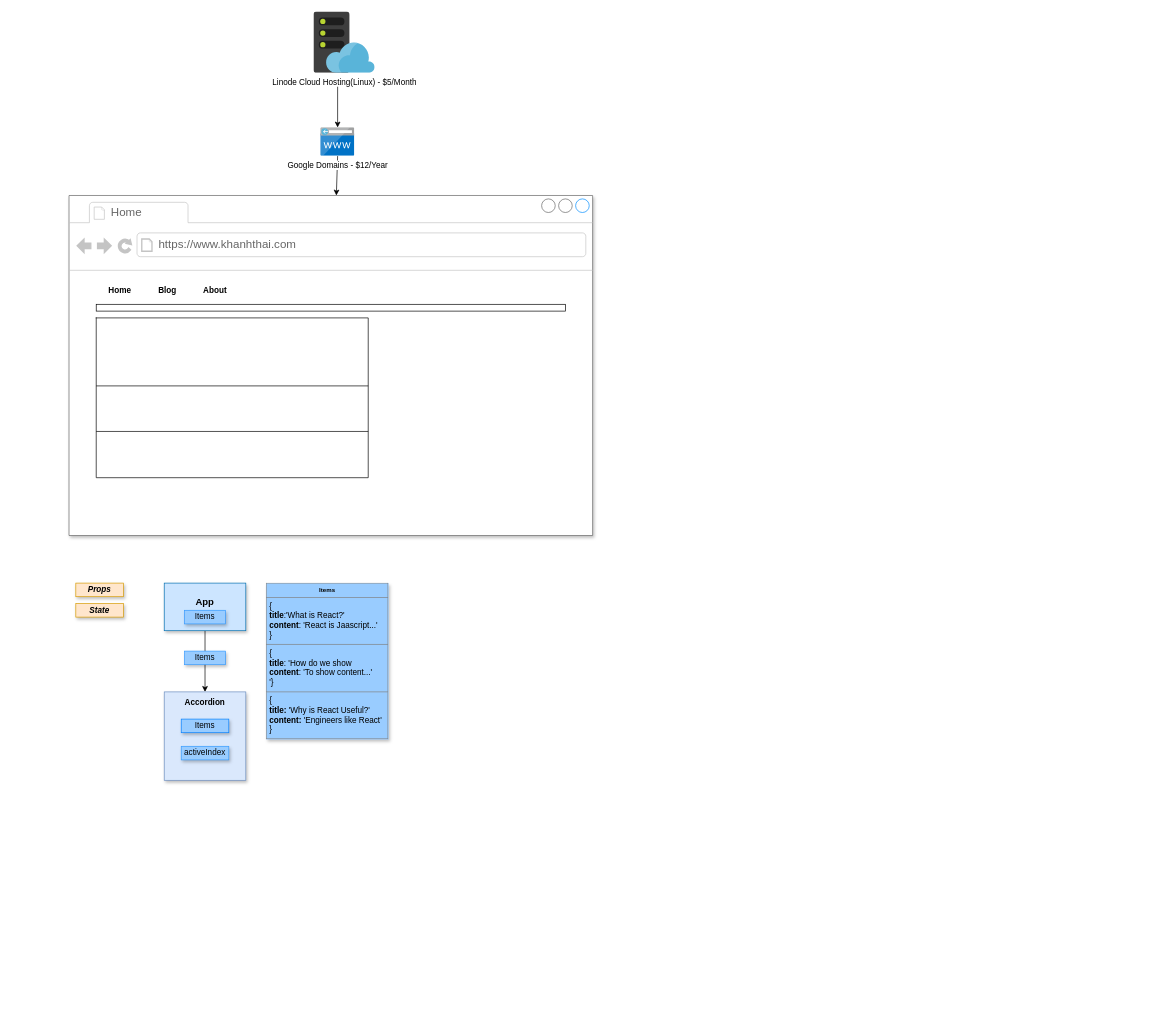
The draw.io diagram Porfolio App Diagram.drawio in khanhqthai/porfolio-app, before the edit. Source tidied: cells renumbered, new cells numbered last; positions are measured from the earlier drawing's top-left corner, leaving out a move shared by most shapes. Both pictures are drawn from the tidied source at 68%, with x=0, y=0 at pixel (69, 12).
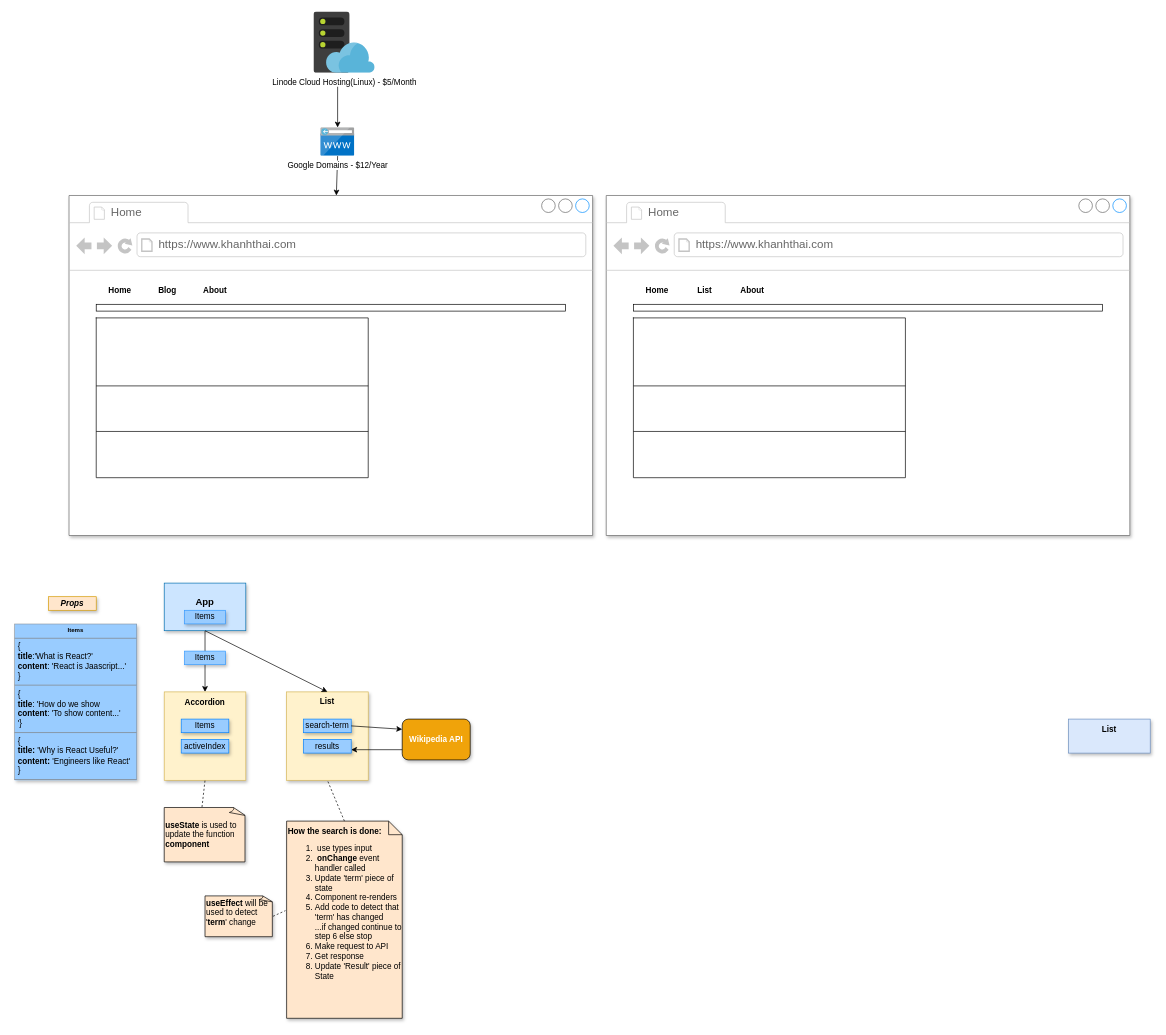
The same page after the edit.

The change refers to these unchanged cells:
```xml
<mxCell id="12" value="&lt;div&gt;&lt;font style=&quot;font-size: 14px&quot;&gt;&lt;b&gt;App&lt;/b&gt;&lt;br&gt;&lt;/font&gt;&lt;/div&gt;&lt;div&gt;&lt;br&gt;&lt;font style=&quot;font-size: 14px&quot;&gt;&lt;/font&gt;&lt;/div&gt;" style="rounded=0;whiteSpace=wrap;html=1;strokeColor=#006EAF;shadow=1;glass=0;fillColor=#CCE5FF;" parent="11" vertex="1">
  <mxGeometry width="120" height="70" as="geometry" />
</mxCell>
```

Change to the diagram source:
```diff
@@
     <mxCell id="7" value="&lt;b&gt;Props&lt;/b&gt;" style="rounded=0;whiteSpace=wrap;html=1;shadow=1;glass=0;fillColor=#ffe6cc;strokeColor=#d79b00;fontStyle=2;" parent="1" vertex="1">
-      <mxGeometry x="10" y="840" width="70" height="20" as="geometry" />
+      <mxGeometry x="-30" y="860" width="70" height="20" as="geometry" />
     </mxCell>
@@
     <mxCell id="9" value="&lt;table style=&quot;width: 100% ; height: 100% ; border-collapse: collapse ; font-size: 12px&quot; width=&quot;100%&quot; cellpadding=&quot;4&quot; border=&quot;1&quot;&gt;&lt;tbody&gt;&lt;tr style=&quot;font-size: 9px&quot;&gt;&lt;th style=&quot;font-size: 9px&quot; align=&quot;center&quot;&gt;Items&lt;/th&gt;&lt;/tr&gt;&lt;tr style=&quot;font-size: 12px&quot; align=&quot;left&quot;&gt;&lt;td&gt;{&lt;br&gt;&lt;b&gt;title&lt;/b&gt;:'What is React?'&lt;br&gt;&lt;b&gt;content&lt;/b&gt;: 'React is Jaascript...'&lt;br&gt;}&lt;/td&gt;&lt;/tr&gt;&lt;tr&gt;&lt;td&gt;{&lt;br&gt;&lt;b&gt;title&lt;/b&gt;: 'How do we show&lt;br&gt;&lt;b&gt;content&lt;/b&gt;: 'To show content...'&lt;br&gt;'}&lt;/td&gt;&lt;/tr&gt;&lt;tr&gt;&lt;td&gt;{&lt;br&gt;&lt;b&gt;title: &lt;/b&gt;'Why is React Useful?'&lt;br&gt;&lt;b&gt;content: &lt;/b&gt;'Engineers like React'&lt;br&gt;}&lt;br&gt;&lt;/td&gt;&lt;/tr&gt;&lt;/tbody&gt;&lt;/table&gt;" style="text;html=1;overflow=fill;rounded=0;shadow=1;glass=0;sketch=0;fontSize=9;fillColor=#99CCFF;" parent="1" vertex="1">
-      <mxGeometry x="290" y="840" width="180" height="230" as="geometry" />
+      <mxGeometry x="-80" y="900" width="180" height="230" as="geometry" />
     </mxCell>
-    <mxCell id="10" value="&lt;b&gt;State&lt;/b&gt;" style="rounded=0;whiteSpace=wrap;html=1;shadow=1;glass=0;fillColor=#ffe6cc;strokeColor=#d79b00;fontStyle=2;" parent="1" vertex="1">
-      <mxGeometry x="10" y="870" width="70" height="20" as="geometry" />
-    </mxCell>
@@
-    <mxCell id="14" style="group;" parent="1" vertex="1">
-      <mxGeometry x="140" y="1000" width="120" height="130" as="geometry" />
-    </mxCell>
-    <mxCell id="15" style="group;" parent="14" vertex="1">
-      <mxGeometry width="120" height="130" as="geometry" />
-    </mxCell>
-    <mxCell id="16" value="&lt;div&gt;&lt;b&gt;Accordion&lt;/b&gt;&lt;font style=&quot;font-size: 14px&quot;&gt;&lt;br&gt;&lt;/font&gt;&lt;/div&gt;&lt;div&gt;&lt;br&gt;&lt;font style=&quot;font-size: 14px&quot;&gt;&lt;/font&gt;&lt;/div&gt;" style="rounded=0;whiteSpace=wrap;html=1;fillColor=#dae8fc;strokeColor=#6c8ebf;shadow=1;glass=0;verticalAlign=top;" parent="15" vertex="1">
-      <mxGeometry width="120" height="130" as="geometry" />
-    </mxCell>
-    <mxCell id="17" value="Items" style="rounded=0;whiteSpace=wrap;html=1;shadow=1;glass=0;fillColor=#99CCFF;strokeColor=#007FFF;" parent="15" vertex="1">
-      <mxGeometry x="25" y="40" width="70" height="20" as="geometry" />
-    </mxCell>
-    <mxCell id="18" value="activeIndex" style="rounded=0;whiteSpace=wrap;html=1;shadow=1;glass=0;fillColor=#99CCFF;strokeColor=#3399FF;" parent="14" vertex="1">
-      <mxGeometry x="25" y="80" width="70" height="20" as="geometry" />
-    </mxCell>
@@
+    <mxCell id="35" style="group;" parent="1" vertex="1">
+      <mxGeometry x="790" y="270" width="770" height="500" as="geometry" />
+    </mxCell>
+    <mxCell id="36" style="strokeWidth=1;shadow=1;dashed=0;align=center;html=1;shape=mxgraph.mockup.containers.browserWindow;rSize=0;strokeColor=#666666;strokeColor2=#008cff;strokeColor3=#c4c4c4;mainText=,;" parent="35" vertex="1">
+      <mxGeometry width="770" height="500" as="geometry" />
+    </mxCell>
+    <mxCell id="37" value="Home" style="strokeWidth=1;shadow=0;dashed=0;align=center;html=1;shape=mxgraph.mockup.containers.anchor;fontSize=17;fontColor=#666666;align=left;" parent="36" vertex="1">
+      <mxGeometry x="60" y="12" width="110" height="26" as="geometry" />
+    </mxCell>
+    <mxCell id="38" value="https://www.khanhthai.com" style="strokeWidth=1;shadow=0;dashed=0;align=center;html=1;shape=mxgraph.mockup.containers.anchor;rSize=0;fontSize=17;fontColor=#666666;align=left;" parent="36" vertex="1">
+      <mxGeometry x="130" y="60" width="250" height="26" as="geometry" />
+    </mxCell>
+    <mxCell id="39" style="shape=table;html=1;whiteSpace=wrap;startSize=0;childLayout=tableLayout;" parent="36" vertex="1">
+      <mxGeometry x="40" y="180" width="400" height="235" as="geometry" />
+    </mxCell>
+    <mxCell id="40" style="shape=partialRectangle;html=1;whiteSpace=wrap;fillColor=none;top=0;left=0;bottom=0;right=0;" parent="39" vertex="1">
+      <mxGeometry width="400" height="100" as="geometry" />
+    </mxCell>
+    <mxCell id="41" value="&lt;div align=&quot;left&quot;&gt;&lt;br&gt;&lt;/div&gt;&lt;blockquote&gt;&lt;div align=&quot;left&quot;&gt;&lt;br&gt;&lt;/div&gt;&lt;/blockquote&gt;&lt;div align=&quot;left&quot;&gt;&lt;br&gt;&lt;/div&gt;" style="shape=partialRectangle;html=1;whiteSpace=wrap;overflow=hidden;fillColor=none;top=0;left=0;bottom=0;right=0;align=left;" parent="40" vertex="1">
+      <mxGeometry width="400" height="100" as="geometry" />
+    </mxCell>
+    <mxCell id="42" style="shape=partialRectangle;html=1;whiteSpace=wrap;fillColor=none;top=0;left=0;bottom=0;right=0;align=left;" parent="39" vertex="1">
+      <mxGeometry y="100" width="400" height="67" as="geometry" />
+    </mxCell>
+    <mxCell id="43" style="shape=partialRectangle;html=1;whiteSpace=wrap;overflow=hidden;fillColor=none;top=0;left=0;bottom=0;right=0;align=left;" parent="42" vertex="1">
+      <mxGeometry width="400" height="67" as="geometry" />
+    </mxCell>
+    <mxCell id="44" style="shape=partialRectangle;html=1;whiteSpace=wrap;fillColor=none;top=0;left=0;bottom=0;right=0;" parent="39" vertex="1">
+      <mxGeometry y="167" width="400" height="68" as="geometry" />
+    </mxCell>
+    <mxCell id="45" style="shape=partialRectangle;html=1;whiteSpace=wrap;overflow=hidden;fillColor=none;top=0;left=0;bottom=0;right=0;align=left;" parent="44" vertex="1">
+      <mxGeometry width="400" height="68" as="geometry" />
+    </mxCell>
+    <mxCell id="46" style="group;" parent="36" vertex="1">
+      <mxGeometry x="40" y="130" width="280" height="20" as="geometry" />
+    </mxCell>
+    <mxCell id="47" value="&lt;font style=&quot;font-size: 12px&quot;&gt;&lt;b&gt;Home&lt;/b&gt;&lt;/font&gt;" style="text;html=1;strokeColor=none;fillColor=none;align=center;verticalAlign=middle;whiteSpace=wrap;rounded=0;shadow=1;glass=0;sketch=0;fontSize=9;fontColor=#000000;" parent="46" vertex="1">
+      <mxGeometry width="70" height="20" as="geometry" />
+    </mxCell>
+    <mxCell id="48" value="&lt;font style=&quot;font-size: 12px&quot;&gt;&lt;b&gt;List&lt;/b&gt;&lt;/font&gt;" style="text;html=1;strokeColor=none;fillColor=none;align=center;verticalAlign=middle;whiteSpace=wrap;rounded=0;shadow=1;glass=0;sketch=0;fontSize=9;fontColor=#000000;" parent="46" vertex="1">
+      <mxGeometry x="80" width="50" height="20" as="geometry" />
+    </mxCell>
+    <mxCell id="49" value="&lt;font size=&quot;1&quot;&gt;&lt;b style=&quot;font-size: 12px&quot;&gt;About&lt;/b&gt;&lt;/font&gt;" style="text;html=1;strokeColor=none;fillColor=none;align=center;verticalAlign=middle;whiteSpace=wrap;rounded=0;shadow=1;glass=0;sketch=0;fontSize=9;fontColor=#000000;" parent="46" vertex="1">
+      <mxGeometry x="140" width="70" height="20" as="geometry" />
+    </mxCell>
+    <mxCell id="50" style="rounded=0;whiteSpace=wrap;html=1;shadow=0;glass=0;sketch=0;strokeColor=#000000;fillColor=#ffffff;gradientColor=none;fontSize=9;fontColor=#000000;align=left;" parent="35" vertex="1">
+      <mxGeometry x="40" y="160" width="690" height="10" as="geometry" />
+    </mxCell>
+    <mxCell id="14" style="group;" parent="1" vertex="1">
+      <mxGeometry x="140" y="1000" width="120" height="130" as="geometry" />
+    </mxCell>
+    <mxCell id="16" value="&lt;div&gt;&lt;b&gt;Accordion&lt;/b&gt;&lt;font style=&quot;font-size: 14px&quot;&gt;&lt;br&gt;&lt;/font&gt;&lt;/div&gt;&lt;div&gt;&lt;br&gt;&lt;font style=&quot;font-size: 14px&quot;&gt;&lt;/font&gt;&lt;/div&gt;" style="rounded=0;whiteSpace=wrap;html=1;fillColor=#fff2cc;strokeColor=#d6b656;shadow=1;glass=0;verticalAlign=top;" parent="14" vertex="1">
+      <mxGeometry width="120" height="130" as="geometry" />
+    </mxCell>
+    <mxCell id="17" value="Items" style="rounded=0;whiteSpace=wrap;html=1;shadow=1;glass=0;fillColor=#99CCFF;strokeColor=#007FFF;" parent="14" vertex="1">
+      <mxGeometry x="25" y="40" width="70" height="20" as="geometry" />
+    </mxCell>
+    <mxCell id="18" value="activeIndex" style="rounded=0;whiteSpace=wrap;html=1;shadow=1;glass=0;fillColor=#99CCFF;strokeColor=#007FFF;" parent="14" vertex="1">
+      <mxGeometry x="25" y="70" width="70" height="20" as="geometry" />
+    </mxCell>
+    <mxCell id="51" style="group;" parent="1" vertex="1">
+      <mxGeometry x="1470" y="1040" width="120" height="50" as="geometry" />
+    </mxCell>
+    <mxCell id="52" value="&lt;div&gt;&lt;b&gt;List&lt;/b&gt;&lt;font style=&quot;font-size: 14px&quot;&gt;&lt;br&gt;&lt;/font&gt;&lt;/div&gt;&lt;div&gt;&lt;br&gt;&lt;font style=&quot;font-size: 14px&quot;&gt;&lt;/font&gt;&lt;/div&gt;" style="rounded=0;whiteSpace=wrap;html=1;fillColor=#dae8fc;strokeColor=#6c8ebf;shadow=1;glass=0;verticalAlign=top;" parent="51" vertex="1">
+      <mxGeometry width="120" height="50" as="geometry" />
+    </mxCell>
+    <mxCell id="53" style="group;" parent="1" vertex="1">
+      <mxGeometry x="320" y="1000" width="120" height="130" as="geometry" />
+    </mxCell>
+    <mxCell id="54" value="&lt;b&gt;List&lt;/b&gt;" style="rounded=0;whiteSpace=wrap;html=1;fillColor=#fff2cc;strokeColor=#d6b656;shadow=1;glass=0;verticalAlign=top;" parent="53" vertex="1">
+      <mxGeometry width="120" height="130" as="geometry" />
+    </mxCell>
+    <mxCell id="55" value="search-term" style="rounded=0;whiteSpace=wrap;html=1;shadow=1;glass=0;fillColor=#99CCFF;strokeColor=#007FFF;" parent="53" vertex="1">
+      <mxGeometry x="25" y="40" width="70" height="20" as="geometry" />
+    </mxCell>
+    <mxCell id="56" value="results" style="rounded=0;whiteSpace=wrap;html=1;shadow=1;glass=0;fillColor=#99CCFF;strokeColor=#007FFF;" parent="53" vertex="1">
+      <mxGeometry x="25" y="70" width="70" height="20" as="geometry" />
+    </mxCell>
+    <mxCell id="57" style="endArrow=classic;html=1;fontSize=9;fontColor=#000000;exitX=0.5;exitY=1;exitDx=0;exitDy=0;entryX=0.5;entryY=0;entryDx=0;entryDy=0;" parent="1" edge="1" source="12" target="54">
+      <mxGeometry relative="1" as="geometry" />
+    </mxCell>
+    <mxCell id="58" value="&lt;div style=&quot;font-size: 12px&quot; align=&quot;center&quot;&gt;&lt;b&gt;Wikipedia API&lt;br&gt;&lt;/b&gt;&lt;/div&gt;" style="rounded=1;whiteSpace=wrap;html=1;shadow=1;glass=0;sketch=0;fillColor=#f0a30a;fontSize=9;align=center;fontColor=#ffffff;" parent="1" vertex="1">
+      <mxGeometry x="490" y="1040" width="100" height="60" as="geometry" />
+    </mxCell>
+    <mxCell id="59" style="endArrow=classic;html=1;fontSize=9;fontColor=#000000;exitX=1;exitY=0.5;exitDx=0;exitDy=0;entryX=0;entryY=0.25;entryDx=0;entryDy=0;" parent="1" edge="1" source="55" target="58">
+      <mxGeometry relative="1" as="geometry" />
+    </mxCell>
+    <mxCell id="60" style="endArrow=classic;html=1;fontSize=9;fontColor=#000000;exitX=0;exitY=0.75;exitDx=0;exitDy=0;entryX=1;entryY=0.75;entryDx=0;entryDy=0;" parent="1" edge="1" source="58" target="56">
+      <mxGeometry relative="1" as="geometry" />
+    </mxCell>
+    <mxCell id="61" style="endArrow=none;dashed=1;html=1;fontSize=9;fontColor=#000000;exitX=0.463;exitY=-0.009;exitDx=0;exitDy=0;exitPerimeter=0;entryX=0.5;entryY=1;entryDx=0;entryDy=0;" parent="1" edge="1" source="62" target="16">
+      <mxGeometry relative="1" as="geometry" />
+    </mxCell>
+    <mxCell id="62" value="&lt;font style=&quot;font-size: 12px&quot;&gt;&lt;b&gt;useState&lt;/b&gt; is used to update the function &lt;b&gt;component&lt;/b&gt;&lt;/font&gt;" style="whiteSpace=wrap;html=1;shape=mxgraph.basic.document;rounded=0;shadow=1;glass=0;sketch=0;strokeColor=#000000;fillColor=#FFE6CC;gradientColor=none;fontSize=9;fontColor=#000000;align=left;" parent="1" vertex="1">
+      <mxGeometry x="140" y="1170" width="120" height="80" as="geometry" />
+    </mxCell>
+    <mxCell id="63" value="&lt;div style=&quot;font-size: 12px&quot; align=&quot;left&quot;&gt;&lt;font style=&quot;font-size: 12px&quot;&gt;&lt;b&gt;How the search is done:&lt;/b&gt;&lt;/font&gt;&lt;/div&gt;&lt;div style=&quot;font-size: 12px&quot; align=&quot;left&quot;&gt;&lt;ol&gt;&lt;li&gt;&lt;font style=&quot;font-size: 12px&quot;&gt;&lt;font style=&quot;font-size: 12px&quot;&gt;&lt;b&gt;&amp;nbsp;&lt;/b&gt;use types input&lt;/font&gt;&lt;/font&gt;&lt;/li&gt;&lt;li&gt;&lt;font style=&quot;font-size: 12px&quot;&gt;&amp;nbsp;&lt;b&gt;onChange &lt;/b&gt;event handler called&lt;/font&gt;&lt;/li&gt;&lt;li&gt;&lt;font style=&quot;font-size: 12px&quot;&gt;Update 'term' piece of state&lt;/font&gt;&lt;/li&gt;&lt;li&gt;&lt;font style=&quot;font-size: 12px&quot;&gt;Component re-renders&lt;/font&gt;&lt;/li&gt;&lt;li&gt;&lt;font style=&quot;font-size: 12px&quot;&gt;Add code to detect that 'term' has changed&lt;br&gt;...if changed continue to step 6 else stop&lt;/font&gt;&lt;/li&gt;&lt;li&gt;&lt;font style=&quot;font-size: 12px&quot;&gt;Make request to API&lt;/font&gt;&lt;/li&gt;&lt;li&gt;&lt;font style=&quot;font-size: 12px&quot;&gt;Get response&lt;/font&gt;&lt;/li&gt;&lt;li&gt;&lt;font style=&quot;font-size: 12px&quot;&gt;Update 'Result' piece of State &lt;br&gt;&lt;/font&gt;&lt;/li&gt;&lt;/ol&gt;&lt;/div&gt;&lt;div style=&quot;font-size: 12px&quot; align=&quot;left&quot;&gt;&lt;font style=&quot;font-size: 12px&quot;&gt;&lt;br&gt;&lt;/font&gt;&lt;/div&gt;&lt;div align=&quot;left&quot;&gt;&lt;font style=&quot;font-size: 9px&quot;&gt;&lt;b&gt;&lt;br&gt;&lt;/b&gt;&lt;/font&gt;&lt;/div&gt;&lt;div align=&quot;left&quot;&gt;&lt;font style=&quot;font-size: 9px&quot;&gt;&lt;br&gt;&lt;/font&gt;&lt;/div&gt;" style="shape=note;size=20;whiteSpace=wrap;html=1;rounded=0;shadow=1;glass=0;sketch=0;strokeColor=#000000;fillColor=#FFE6CC;gradientColor=none;fontSize=9;fontColor=#000000;align=left;" parent="1" vertex="1">
+      <mxGeometry x="320" y="1190" width="170" height="290" as="geometry" />
+    </mxCell>
+    <mxCell id="64" style="endArrow=none;dashed=1;html=1;fontSize=9;fontColor=#000000;entryX=0.5;entryY=1;entryDx=0;entryDy=0;exitX=0.5;exitY=0;exitDx=0;exitDy=0;exitPerimeter=0;" parent="1" edge="1" source="63" target="54">
+      <mxGeometry relative="1" as="geometry" />
+    </mxCell>
+    <mxCell id="65" value="&lt;div style=&quot;font-size: 12px&quot;&gt;&lt;b&gt;useEffect&lt;/b&gt; will be used to detect '&lt;b&gt;term&lt;/b&gt;' change&lt;/div&gt;&lt;div&gt;&lt;br&gt; &lt;/div&gt;" style="whiteSpace=wrap;html=1;shape=mxgraph.basic.document;rounded=0;shadow=1;glass=0;sketch=0;strokeColor=#000000;fillColor=#FFE6CC;gradientColor=none;fontSize=9;fontColor=#000000;align=left;" parent="1" vertex="1">
+      <mxGeometry x="200" y="1300" width="100" height="60" as="geometry" />
+    </mxCell>
+    <mxCell id="66" style="endArrow=none;dashed=1;html=1;fontSize=9;fontColor=#000000;exitX=1;exitY=0.5;exitDx=0;exitDy=0;exitPerimeter=0;entryX=-0.01;entryY=0.454;entryDx=0;entryDy=0;entryPerimeter=0;" parent="1" edge="1" source="65" target="63">
+      <mxGeometry relative="1" as="geometry" />
+    </mxCell>
```
